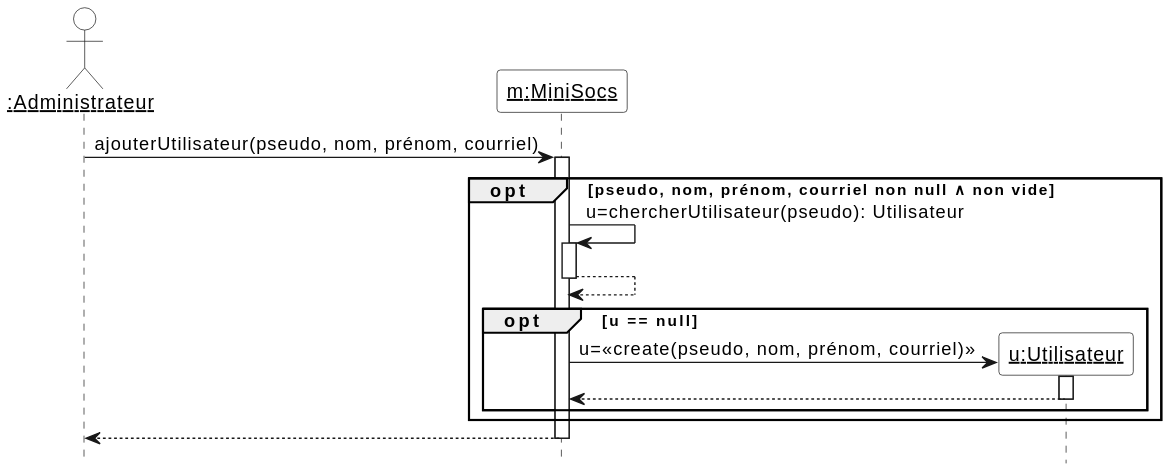
Earlier version of the PlantUML export Diagrammes/minisocs_uml_diag_seq_ajouter_utilisateur.svg (ThELud0/Minisocs). Source of this version:
```plantuml
@startuml

hide footbox
skinparam sequenceParticipantBackgroundColor White
skinparam sequenceActorBackgroundColor White

actor "__:Administrateur__" as admin
participant "__m:MiniSocs__" as m

admin -> m ++ : ajouterUtilisateur(pseudo, nom, prénom, courriel)
opt pseudo, nom, prénom, courriel non null ∧ non vide
  m -> m ++ : u=chercherUtilisateur(pseudo): Utilisateur
  return
  create "__u:Utilisateur__" as u
  opt u == null
    m -> "__u:Utilisateur__" as u ++ : u=<<create(pseudo, nom, prénom, courriel)>>
    return
  end
end
return
@enduml
```
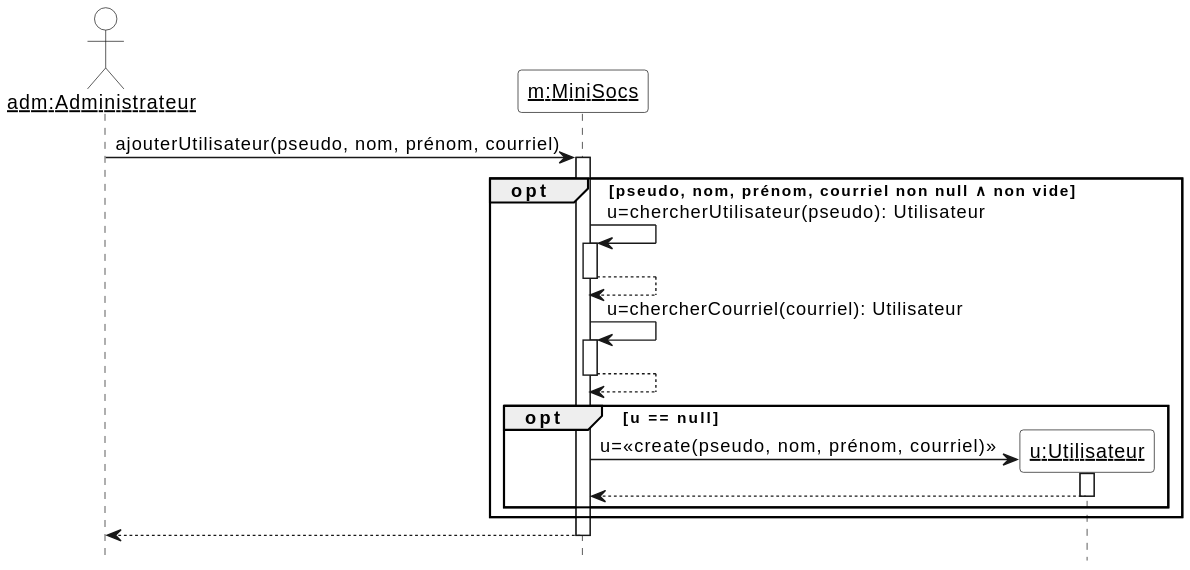
Above is the later version.

Commit message:
diag sequence ajouterUtilisateur et desactiverCompte

Diff of the diagram source:
```diff
@@ -4,15 +4,19 @@
 skinparam sequenceParticipantBackgroundColor White
 skinparam sequenceActorBackgroundColor White
 
-actor "__:Administrateur__" as admin
+
+actor "__adm:Administrateur__" as admin
 participant "__m:MiniSocs__" as m
+
 
 admin -> m ++ : ajouterUtilisateur(pseudo, nom, prénom, courriel)
 opt pseudo, nom, prénom, courriel non null ∧ non vide
   m -> m ++ : u=chercherUtilisateur(pseudo): Utilisateur
   return
-  create "__u:Utilisateur__" as u
+  m -> m ++ : u=chercherCourriel(courriel): Utilisateur
+  return
   opt u == null
+    create "__u:Utilisateur__" as u
     m -> "__u:Utilisateur__" as u ++ : u=<<create(pseudo, nom, prénom, courriel)>>
     return
   end
```
